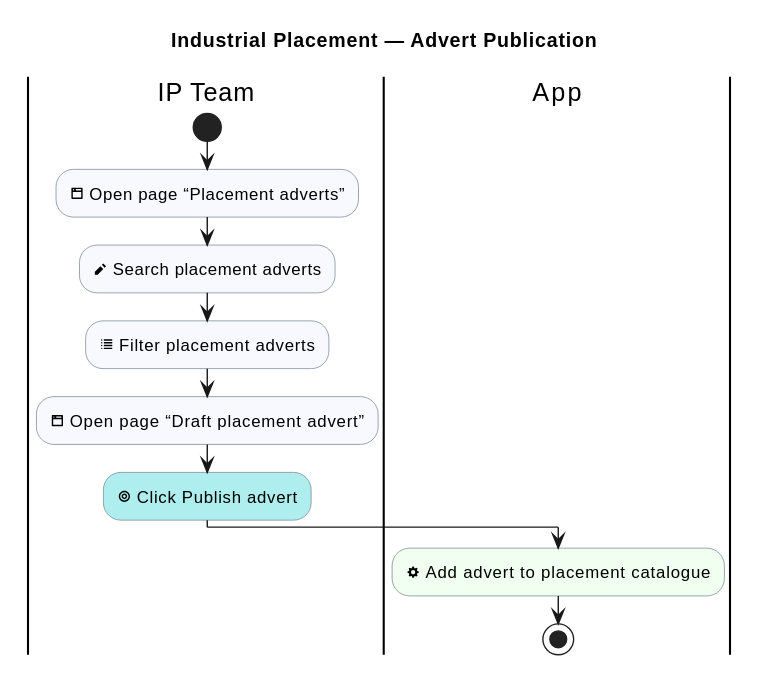
Before: industrial-placement-group-project/diagrams/industrial-placement/advert-publication.svg, a diagram exported from PlantUML (sdflkjssl/sdflkjssl.github.io).
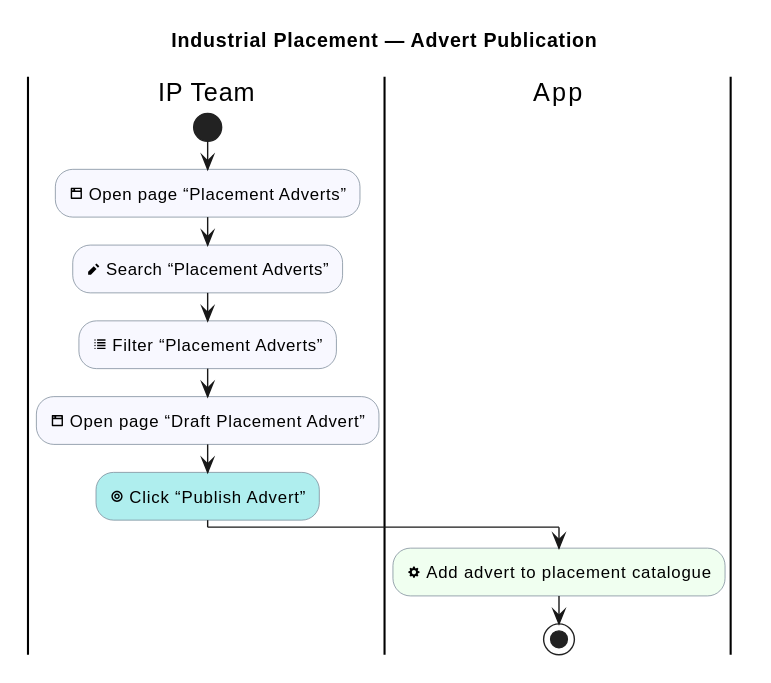
After the commit.

Diff of the diagram source:
```diff
@@ -12,11 +12,11 @@
 
 |IP Team|
 start
-:<&browser> Open page “Placement adverts”; <<#GhostWhite>>
-:<&pencil> Search placement adverts; <<#GhostWhite>>
-:<&list> Filter placement adverts; <<#GhostWhite>>
-:<&browser> Open page “Draft placement advert”; <<#GhostWhite>>
-:<&target> Click Publish advert; <<#PaleTurquoise>>
+:<&browser> Open page “Placement Adverts”; <<#GhostWhite>>
+:<&pencil> Search “Placement Adverts”; <<#GhostWhite>>
+:<&list> Filter “Placement Adverts”; <<#GhostWhite>>
+:<&browser> Open page “Draft Placement Advert”; <<#GhostWhite>>
+:<&target> Click “Publish Advert”; <<#PaleTurquoise>>
 |App|
 :<&cog> Add advert to placement catalogue; <<#HoneyDew>>
 stop
```
